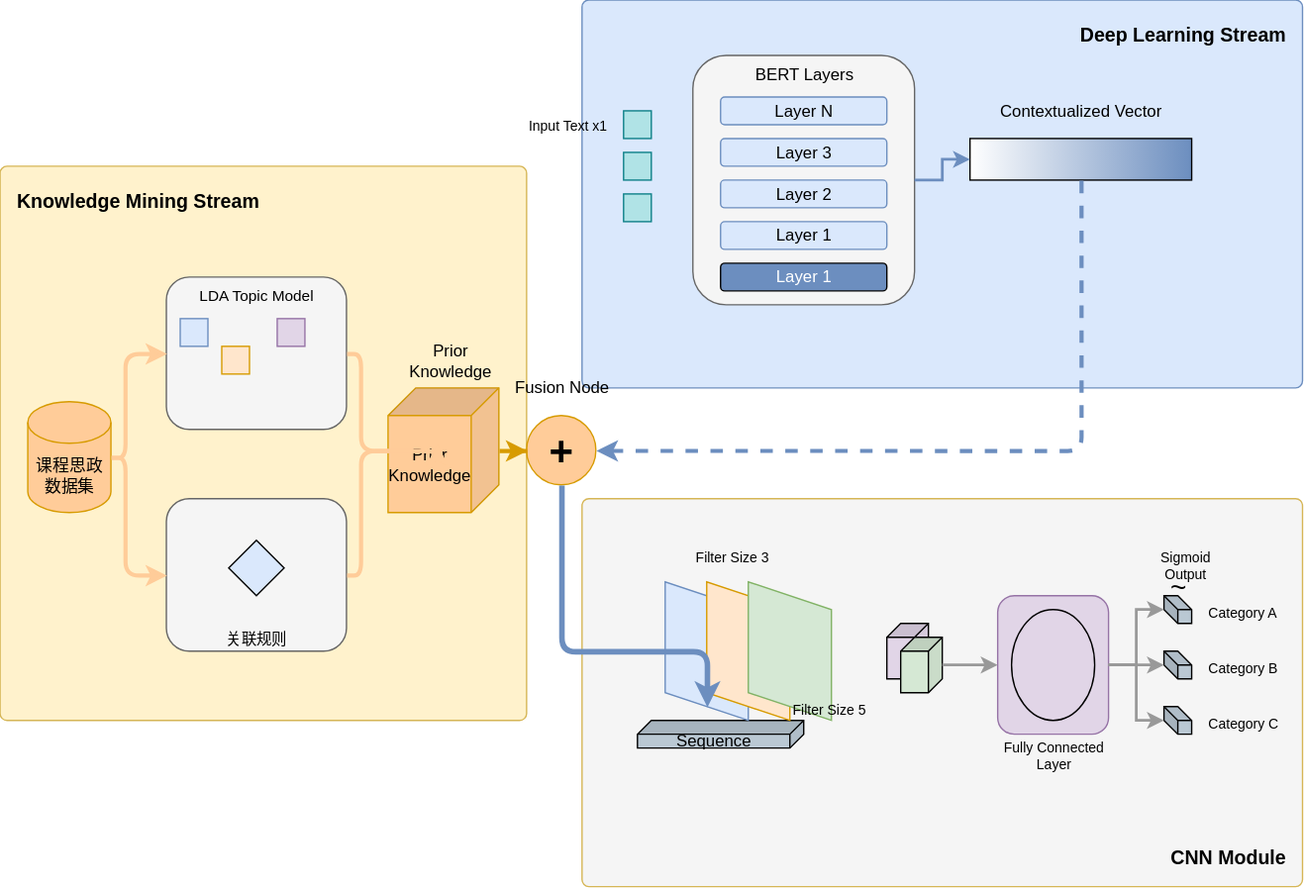
Before: 1.16小论文（思政元素）模型架构图.drawio.svg, a diagram exported from draw.io (handsome-tony/picture). Source tidied: cells renumbered, new cells last; positions are measured from the earlier drawing's top-left corner, leaving out a move shared by most shapes.
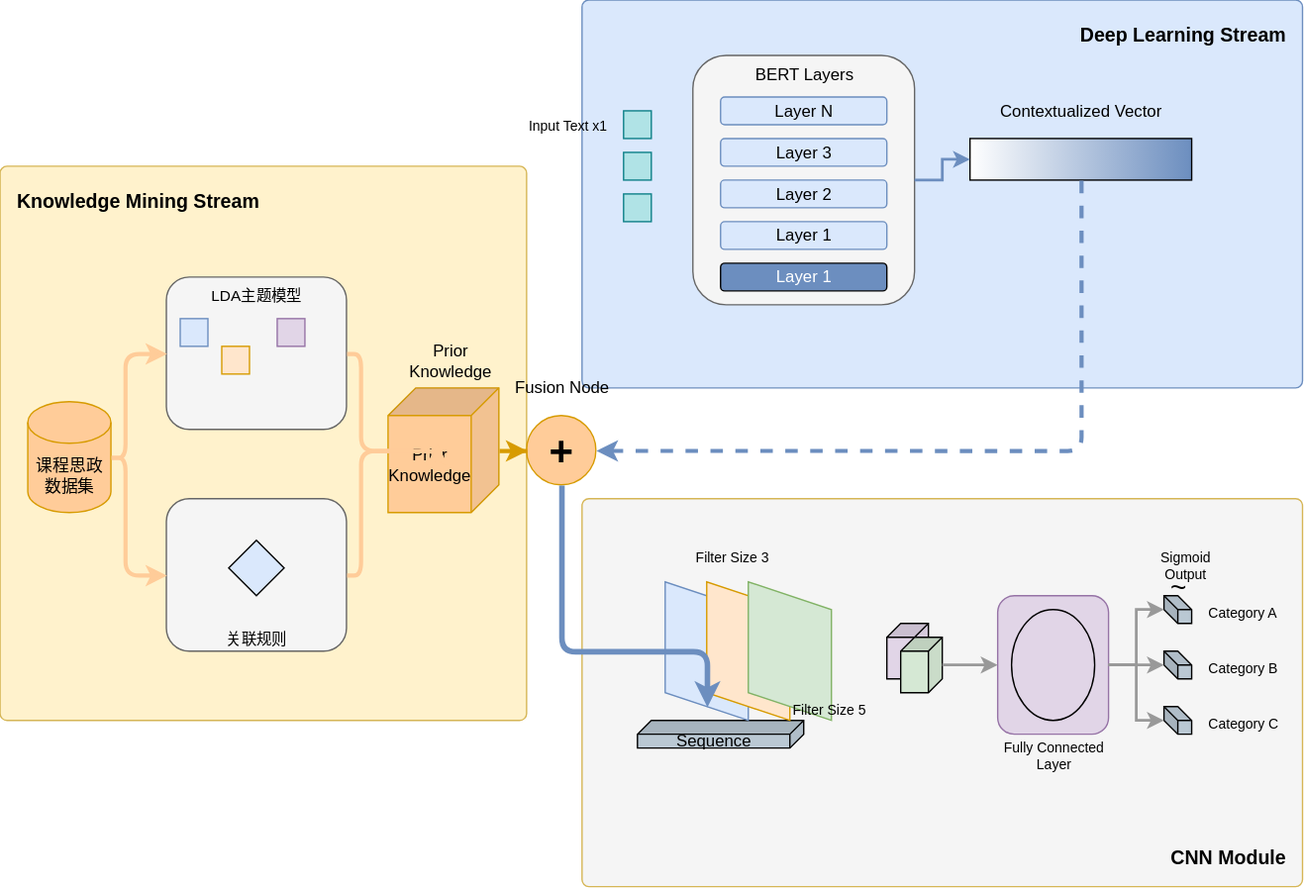
The same diagram one commit later.

Commit message:
更新1.16小论文（思政元素）模型架构图.drawio.svg

The edit, as a diff of the source:
```diff
@@ -8,7 +8,7 @@
     <mxCell id="3" value="课程思政数据集" style="shape=cylinder3;whiteSpace=wrap;html=1;boundedLbl=1;backgroundOutline=1;size=15;fillColor=#ffcc99;strokeColor=#d79b00;" parent="1" vertex="1">
       <mxGeometry x="20" y="290" width="60" height="80" as="geometry" />
     </mxCell>
-    <mxCell id="4" value="LDA Topic Model" style="rounded=1;whiteSpace=wrap;html=1;fillColor=#f5f5f5;strokeColor=#666666;verticalAlign=top;fontSize=11;" parent="1" vertex="1">
+    <mxCell id="4" value="LDA主题模型" style="rounded=1;whiteSpace=wrap;html=1;fillColor=#f5f5f5;strokeColor=#666666;verticalAlign=top;fontSize=11;" parent="1" vertex="1">
       <mxGeometry x="120" y="200" width="130" height="110" as="geometry" />
     </mxCell>
     <mxCell id="5" style="rounded=0;whiteSpace=wrap;html=1;fillColor=#dae8fc;strokeColor=#6c8ebf;" parent="4" vertex="1">
```
